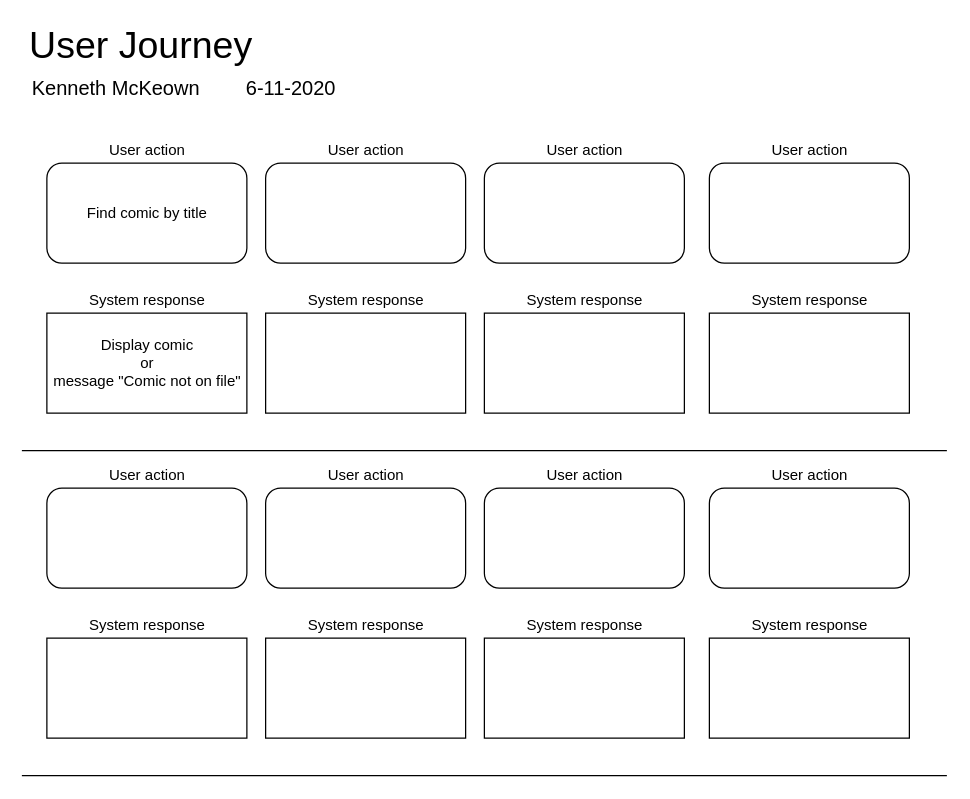
Before: python_project_diagrams/python_project_User_journey.drawio in C1V1L14N/python_project_comic_shop, a draw.io diagram. Source tidied: cells renumbered, new cells numbered last; positions are measured from the earlier drawing's top-left corner, leaving out a move shared by most shapes. Both pictures are drawn from the tidied source at 125%, with x=0, y=0 at pixel (21, 25).
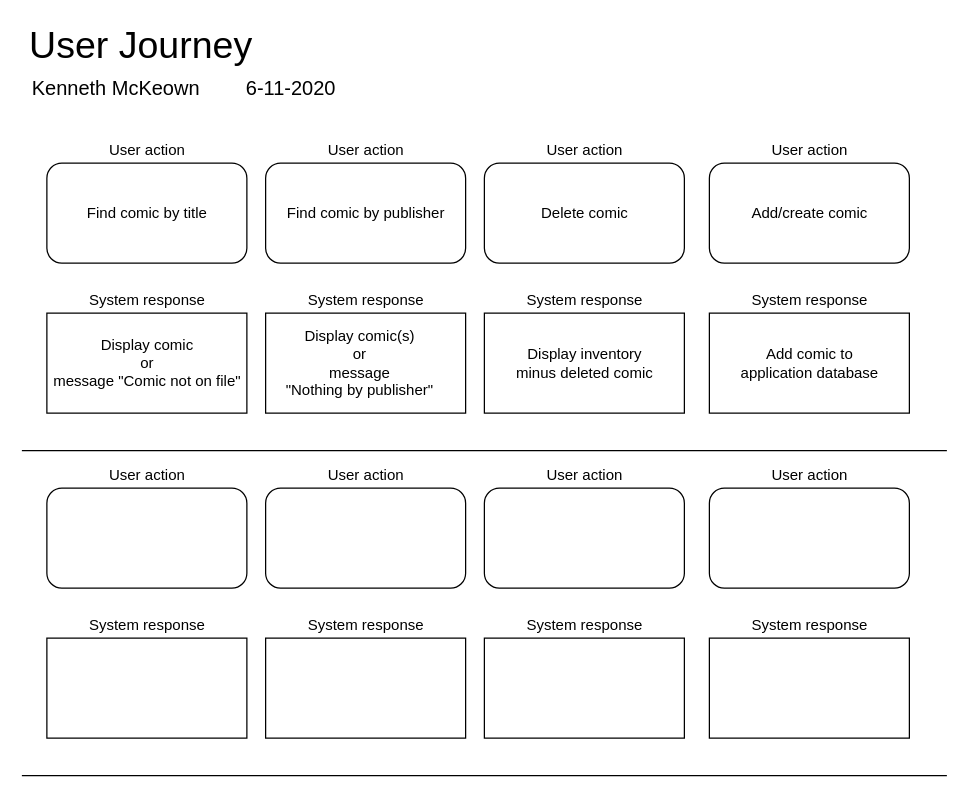
The same diagram, later.

The edit, as a diff of the source:
```diff
@@
+    <mxCell id="41" value="Find comic by publisher" style="text;html=1;align=center;verticalAlign=middle;" parent="1" vertex="1">
+      <mxGeometry x="205" y="140" width="140" height="20" as="geometry" />
+    </mxCell>
+    <mxCell id="42" value="Display comic(s)&lt;br&gt;or&lt;br&gt;message &lt;br&gt;&quot;Nothing by publisher&quot;" style="text;html=1;align=center;verticalAlign=middle;" parent="1" vertex="1">
+      <mxGeometry x="205" y="240" width="130" height="60" as="geometry" />
+    </mxCell>
+    <mxCell id="43" value="Delete comic" style="text;html=1;align=center;verticalAlign=middle;" parent="1" vertex="1">
+      <mxGeometry x="410" y="140" width="80" height="20" as="geometry" />
+    </mxCell>
+    <mxCell id="44" value="Display inventory&lt;br&gt;minus deleted comic" style="text;html=1;align=center;verticalAlign=middle;" parent="1" vertex="1">
+      <mxGeometry x="390" y="255" width="120" height="30" as="geometry" />
+    </mxCell>
+    <mxCell id="45" value="Add/create comic" style="text;html=1;align=center;verticalAlign=middle;" parent="1" vertex="1">
+      <mxGeometry x="575" y="140" width="110" height="20" as="geometry" />
+    </mxCell>
+    <mxCell id="46" value="Add comic to &lt;br&gt;application database" style="text;html=1;align=center;verticalAlign=middle;" parent="1" vertex="1">
+      <mxGeometry x="565" y="255" width="130" height="30" as="geometry" />
+    </mxCell>
```
